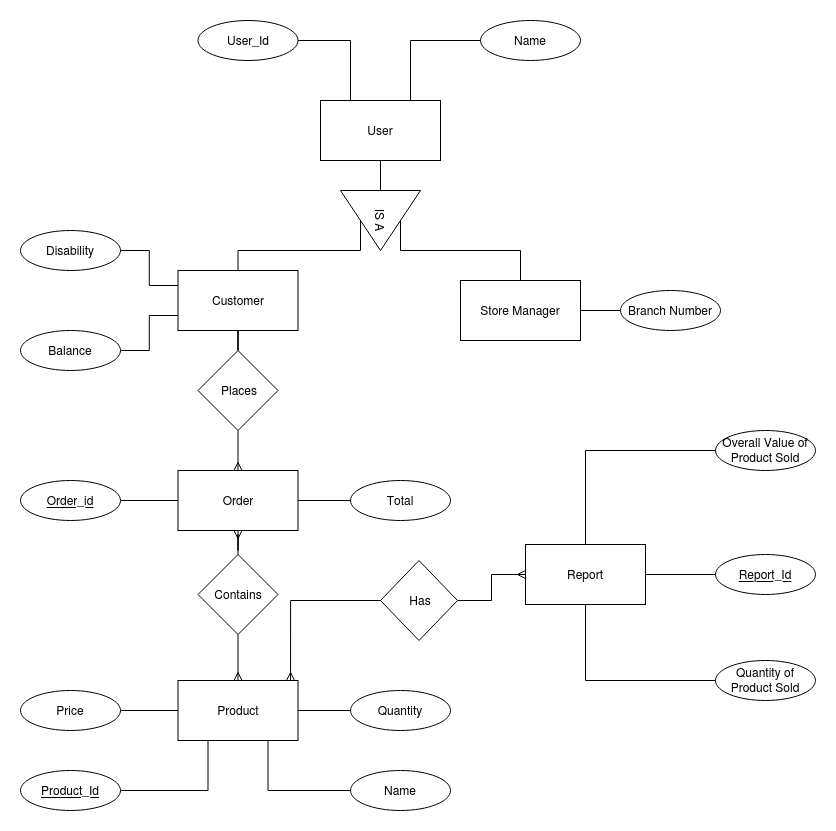
Earlier version of the draw.io export design/CUPS ERD.png (AkeemAllen/cups). Source tidied: cells renumbered, new cells last; positions are measured from the earlier drawing's top-left corner, leaving out a move shared by most shapes.
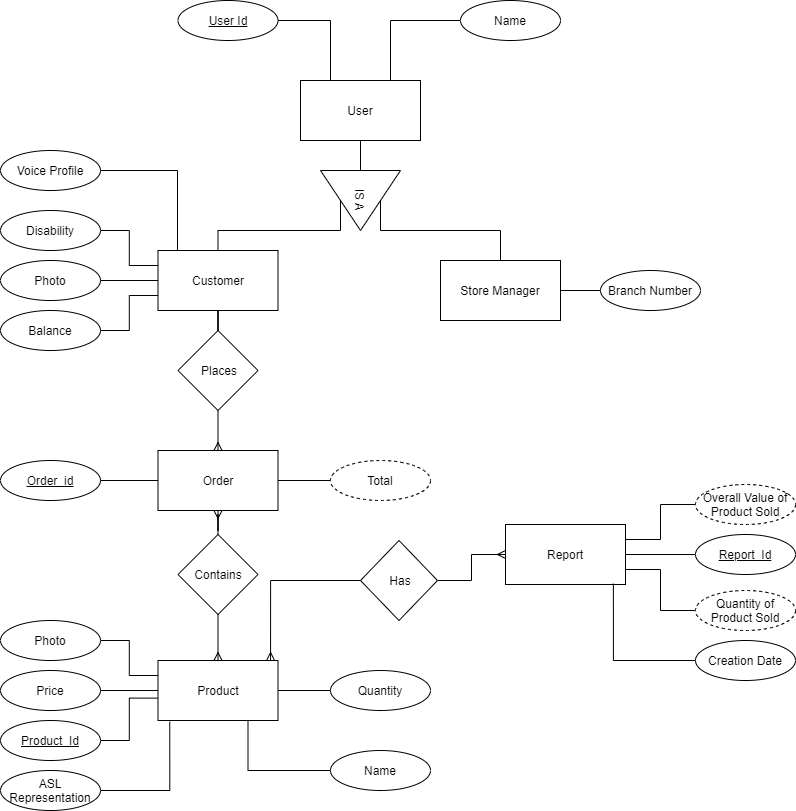
Above is the later version.

Commit message:
Updated Cups ERD

Diff of the diagram source:
```diff
@@ -66,11 +66,16 @@
     <mxCell id="18" style="edgeStyle=orthogonalEdgeStyle;rounded=0;jettySize=auto;html=1;exitX=1;exitY=0.5;exitDx=0;exitDy=0;entryX=0;entryY=0.5;entryDx=0;entryDy=0;startArrow=none;startFill=0;endArrow=none;endFill=0;" parent="1" edge="1" source="21" target="28">
       <mxGeometry relative="1" as="geometry" />
     </mxCell>
-    <mxCell id="19" style="edgeStyle=orthogonalEdgeStyle;rounded=0;jettySize=auto;html=1;exitX=0.5;exitY=0;exitDx=0;exitDy=0;entryX=0;entryY=0.5;entryDx=0;entryDy=0;startArrow=none;startFill=0;endArrow=none;endFill=0;" parent="1" edge="1" source="21" target="30">
+    <mxCell id="19" style="edgeStyle=orthogonalEdgeStyle;rounded=0;jettySize=auto;html=1;exitX=1;exitY=0.25;exitDx=0;exitDy=0;entryX=0;entryY=0.5;entryDx=0;entryDy=0;startArrow=none;startFill=0;endArrow=none;endFill=0;" parent="1" edge="1" source="21" target="30">
       <mxGeometry relative="1" as="geometry" />
     </mxCell>
-    <mxCell id="20" style="edgeStyle=orthogonalEdgeStyle;rounded=0;jettySize=auto;html=1;exitX=0.5;exitY=1;exitDx=0;exitDy=0;entryX=0;entryY=0.5;entryDx=0;entryDy=0;startArrow=none;startFill=0;endArrow=none;endFill=0;" parent="1" edge="1" source="21" target="29">
-      <mxGeometry relative="1" as="geometry" />
+    <mxCell id="20" style="edgeStyle=orthogonalEdgeStyle;rounded=0;jettySize=auto;html=1;exitX=1;exitY=0.75;exitDx=0;exitDy=0;entryX=0;entryY=0.5;entryDx=0;entryDy=0;startArrow=none;startFill=0;endArrow=none;endFill=0;" parent="1" edge="1" source="21" target="29">
+      <mxGeometry relative="1" as="geometry">
+        <Array as="points">
+          <mxPoint x="660" y="569" />
+          <mxPoint x="660" y="610" />
+        </Array>
+      </mxGeometry>
     </mxCell>
     <mxCell id="21" value="Report" style="rounded=0;whiteSpace=wrap;html=1;" parent="1" vertex="1">
       <mxGeometry x="505" y="524" width="120" height="60" as="geometry" />
@@ -78,11 +83,11 @@
     <mxCell id="22" value="Name" style="ellipse;whiteSpace=wrap;html=1;align=center;" parent="1" vertex="1">
       <mxGeometry x="330" y="750" width="100" height="40" as="geometry" />
     </mxCell>
-    <mxCell id="23" style="edgeStyle=orthogonalEdgeStyle;rounded=0;jettySize=auto;html=1;entryX=0.25;entryY=1;entryDx=0;entryDy=0;startArrow=none;startFill=0;endArrow=none;endFill=0;" parent="1" edge="1" source="24" target="13">
+    <mxCell id="23" style="edgeStyle=orthogonalEdgeStyle;rounded=0;jettySize=auto;html=1;startArrow=none;startFill=0;endArrow=none;endFill=0;entryX=0;entryY=0.627;entryDx=0;entryDy=0;entryPerimeter=0;" parent="1" edge="1" source="24" target="13">
       <mxGeometry relative="1" as="geometry" />
     </mxCell>
     <mxCell id="24" value="Product_Id" style="ellipse;whiteSpace=wrap;html=1;align=center;fontStyle=4;" parent="1" vertex="1">
-      <mxGeometry y="750" width="100" height="40" as="geometry" />
+      <mxGeometry y="720" width="100" height="40" as="geometry" />
     </mxCell>
     <mxCell id="25" style="edgeStyle=orthogonalEdgeStyle;rounded=0;jettySize=auto;html=1;exitX=1;exitY=0.5;exitDx=0;exitDy=0;entryX=0;entryY=0.5;entryDx=0;entryDy=0;startArrow=none;startFill=0;endArrow=none;endFill=0;" parent="1" edge="1" source="26" target="13">
       <mxGeometry relative="1" as="geometry" />
@@ -96,11 +101,11 @@
     <mxCell id="28" value="Report_Id" style="ellipse;whiteSpace=wrap;html=1;align=center;fontStyle=4;" parent="1" vertex="1">
       <mxGeometry x="695" y="534" width="100" height="40" as="geometry" />
     </mxCell>
-    <mxCell id="29" value="Quantity of Product Sold" style="ellipse;whiteSpace=wrap;html=1;align=center;" parent="1" vertex="1">
-      <mxGeometry x="695" y="640" width="100" height="40" as="geometry" />
+    <mxCell id="29" value="Quantity of Product Sold" style="ellipse;whiteSpace=wrap;html=1;align=center;dashed=1;" parent="1" vertex="1">
+      <mxGeometry x="695" y="590" width="100" height="40" as="geometry" />
     </mxCell>
-    <mxCell id="30" value="Overall Value of Product Sold" style="ellipse;whiteSpace=wrap;html=1;align=center;" parent="1" vertex="1">
-      <mxGeometry x="695" y="410" width="100" height="40" as="geometry" />
+    <mxCell id="30" value="Overall Value of Product Sold" style="ellipse;whiteSpace=wrap;html=1;align=center;dashed=1;" parent="1" vertex="1">
+      <mxGeometry x="695" y="484" width="100" height="40" as="geometry" />
     </mxCell>
     <mxCell id="31" value="Quantity" style="ellipse;whiteSpace=wrap;html=1;align=center;" parent="1" vertex="1">
       <mxGeometry x="330" y="670" width="100" height="40" as="geometry" />
@@ -114,7 +119,7 @@
     <mxCell id="34" style="edgeStyle=orthogonalEdgeStyle;rounded=0;jettySize=auto;html=1;entryX=0.25;entryY=0;entryDx=0;entryDy=0;startArrow=none;startFill=0;endArrow=none;endFill=0;" parent="1" edge="1" source="35" target="3">
       <mxGeometry relative="1" as="geometry" />
     </mxCell>
-    <mxCell id="35" value="User_Id" style="ellipse;whiteSpace=wrap;html=1;align=center;" parent="1" vertex="1">
+    <mxCell id="35" value="&lt;u&gt;User Id&lt;/u&gt;" style="ellipse;whiteSpace=wrap;html=1;align=center;" parent="1" vertex="1">
       <mxGeometry x="177.5" width="100" height="40" as="geometry" />
     </mxCell>
     <mxCell id="36" style="edgeStyle=orthogonalEdgeStyle;rounded=0;jettySize=auto;html=1;entryX=1;entryY=0.5;entryDx=0;entryDy=0;startArrow=none;startFill=0;endArrow=none;endFill=0;" parent="1" edge="1" source="37" target="10">
@@ -135,7 +140,7 @@
     <mxCell id="41" value="Disability" style="ellipse;whiteSpace=wrap;html=1;align=center;" parent="1" vertex="1">
       <mxGeometry y="210" width="100" height="40" as="geometry" />
     </mxCell>
-    <mxCell id="42" value="Total" style="ellipse;whiteSpace=wrap;html=1;align=center;" parent="1" vertex="1">
+    <mxCell id="42" value="Total" style="ellipse;whiteSpace=wrap;html=1;align=center;dashed=1;" parent="1" vertex="1">
       <mxGeometry x="330" y="460" width="100" height="40" as="geometry" />
     </mxCell>
     <mxCell id="43" style="edgeStyle=orthogonalEdgeStyle;rounded=0;jettySize=auto;html=1;entryX=0.5;entryY=1;entryDx=0;entryDy=0;endArrow=none;endFill=0;" parent="1" edge="1" source="44" target="8">
@@ -168,5 +173,39 @@
     <mxCell id="52" value="Has" style="text;html=1;strokeColor=none;fillColor=none;align=center;verticalAlign=middle;whiteSpace=wrap;rounded=0;" parent="1" vertex="1">
       <mxGeometry x="380" y="570" width="40" height="20" as="geometry" />
     </mxCell>
+    <mxCell id="53" style="edgeStyle=orthogonalEdgeStyle;rounded=0;jettySize=auto;html=1;endArrow=none;endFill=0;" parent="1" edge="1" source="54" target="8">
+      <mxGeometry relative="1" as="geometry">
+        <Array as="points">
+          <mxPoint x="177" y="170" />
+        </Array>
+      </mxGeometry>
+    </mxCell>
+    <mxCell id="54" value="Voice Profile" style="ellipse;whiteSpace=wrap;html=1;align=center;" parent="1" vertex="1">
+      <mxGeometry y="150" width="100" height="40" as="geometry" />
+    </mxCell>
+    <mxCell id="55" style="edgeStyle=orthogonalEdgeStyle;rounded=0;jettySize=auto;html=1;entryX=0;entryY=0.5;entryDx=0;entryDy=0;endArrow=none;endFill=0;" parent="1" edge="1" source="56" target="8">
+      <mxGeometry relative="1" as="geometry" />
+    </mxCell>
+    <mxCell id="56" value="Photo" style="ellipse;whiteSpace=wrap;html=1;align=center;" parent="1" vertex="1">
+      <mxGeometry y="260" width="100" height="40" as="geometry" />
+    </mxCell>
+    <mxCell id="57" style="edgeStyle=orthogonalEdgeStyle;rounded=0;jettySize=auto;html=1;entryX=0;entryY=0.25;entryDx=0;entryDy=0;endArrow=none;endFill=0;" parent="1" edge="1" source="58" target="13">
+      <mxGeometry relative="1" as="geometry" />
+    </mxCell>
+    <mxCell id="58" value="Photo" style="ellipse;whiteSpace=wrap;html=1;align=center;" parent="1" vertex="1">
+      <mxGeometry y="620" width="100" height="40" as="geometry" />
+    </mxCell>
+    <mxCell id="59" style="edgeStyle=orthogonalEdgeStyle;rounded=0;jettySize=auto;html=1;entryX=0.098;entryY=1.021;entryDx=0;entryDy=0;endArrow=none;endFill=0;entryPerimeter=0;" parent="1" edge="1" source="60" target="13">
+      <mxGeometry relative="1" as="geometry" />
+    </mxCell>
+    <mxCell id="60" value="ASL Representation" style="ellipse;whiteSpace=wrap;html=1;align=center;" parent="1" vertex="1">
+      <mxGeometry y="770" width="100" height="40" as="geometry" />
+    </mxCell>
+    <mxCell id="61" style="edgeStyle=orthogonalEdgeStyle;rounded=0;jettySize=auto;html=1;entryX=0.899;entryY=0.985;entryDx=0;entryDy=0;entryPerimeter=0;endArrow=none;endFill=0;" parent="1" edge="1" source="62" target="21">
+      <mxGeometry relative="1" as="geometry" />
+    </mxCell>
+    <mxCell id="62" value="Creation Date" style="ellipse;whiteSpace=wrap;html=1;align=center;" parent="1" vertex="1">
+      <mxGeometry x="695" y="640" width="100" height="40" as="geometry" />
+    </mxCell>
   </root>
 </mxGraphModel>
```
